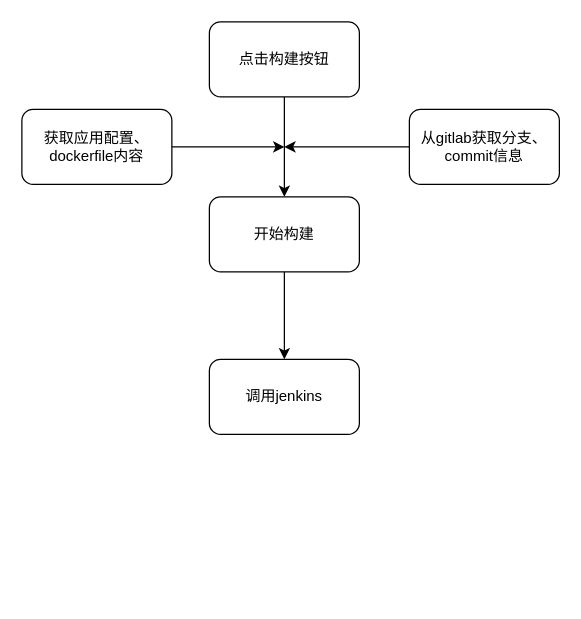
The draw.io diagram build.drawio in wupei-w/diagrams, before the edit. Source tidied: cells renumbered, new cells numbered last; positions are measured from the earlier drawing's top-left corner, leaving out a move shared by most shapes. Both pictures are drawn from the tidied source at 125%, with x=0, y=0 at pixel (21, 21).
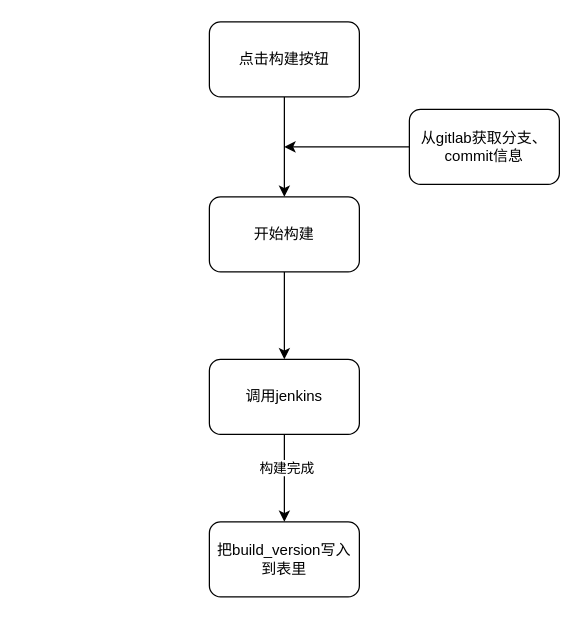
The same diagram, later.

The edit, as a diff of the source:
```diff
@@
 <mxGraphModel>
   <root>
     <mxCell id="0" />
     <mxCell id="1" parent="0" />
     <mxCell id="2" style="edgeStyle=orthogonalEdgeStyle;rounded=0;jettySize=auto;html=1;" parent="1" edge="1" source="3" target="5">
       <mxGeometry relative="1" as="geometry" />
     </mxCell>
     <mxCell id="3" value="点击构建按钮" style="rounded=1;whiteSpace=wrap;html=1;" parent="1" vertex="1">
       <mxGeometry x="150" width="120" height="60" as="geometry" />
     </mxCell>
     <mxCell id="4" style="edgeStyle=orthogonalEdgeStyle;rounded=0;jettySize=auto;html=1;" parent="1" edge="1" source="5" target="10">
       <mxGeometry relative="1" as="geometry" />
     </mxCell>
     <mxCell id="5" value="开始构建" style="rounded=1;whiteSpace=wrap;html=1;" parent="1" vertex="1">
       <mxGeometry x="150" y="140" width="120" height="60" as="geometry" />
     </mxCell>
     <mxCell id="6" style="edgeStyle=orthogonalEdgeStyle;rounded=0;jettySize=auto;html=1;" parent="1" edge="1" source="7">
       <mxGeometry relative="1" as="geometry">
         <mxPoint x="210" y="100" as="targetPoint" />
       </mxGeometry>
     </mxCell>
     <mxCell id="7" value="从gitlab获取分支、commit信息" style="rounded=1;whiteSpace=wrap;html=1;" parent="1" vertex="1">
       <mxGeometry x="310" y="70" width="120" height="60" as="geometry" />
     </mxCell>
-    <mxCell id="8" style="edgeStyle=orthogonalEdgeStyle;rounded=0;jettySize=auto;html=1;" parent="1" edge="1" source="9">
-      <mxGeometry relative="1" as="geometry">
-        <mxPoint x="210" y="100" as="targetPoint" />
-      </mxGeometry>
-    </mxCell>
-    <mxCell id="9" value="获取应用配置、dockerfile内容" style="rounded=1;whiteSpace=wrap;html=1;" parent="1" vertex="1">
-      <mxGeometry y="70" width="120" height="60" as="geometry" />
-    </mxCell>
+    <mxCell id="11" style="edgeStyle=orthogonalEdgeStyle;rounded=0;jettySize=auto;html=1;" parent="1" edge="1" source="10" target="13">
+      <mxGeometry relative="1" as="geometry" />
+    </mxCell>
+    <mxCell id="12" value="构建完成" style="edgeLabel;html=1;align=center;verticalAlign=middle;" parent="11" vertex="1">
+      <mxGeometry x="-0.27" y="1" relative="1" as="geometry" />
+    </mxCell>
     <mxCell id="10" value="调用jenkins" style="rounded=1;whiteSpace=wrap;html=1;" parent="1" vertex="1">
       <mxGeometry x="150" y="270" width="120" height="60" as="geometry" />
     </mxCell>
+    <mxCell id="13" value="把build_version写入到表里" style="rounded=1;whiteSpace=wrap;html=1;" parent="1" vertex="1">
+      <mxGeometry x="150" y="400" width="120" height="60" as="geometry" />
+    </mxCell>
   </root>
 </mxGraphModel>
```
